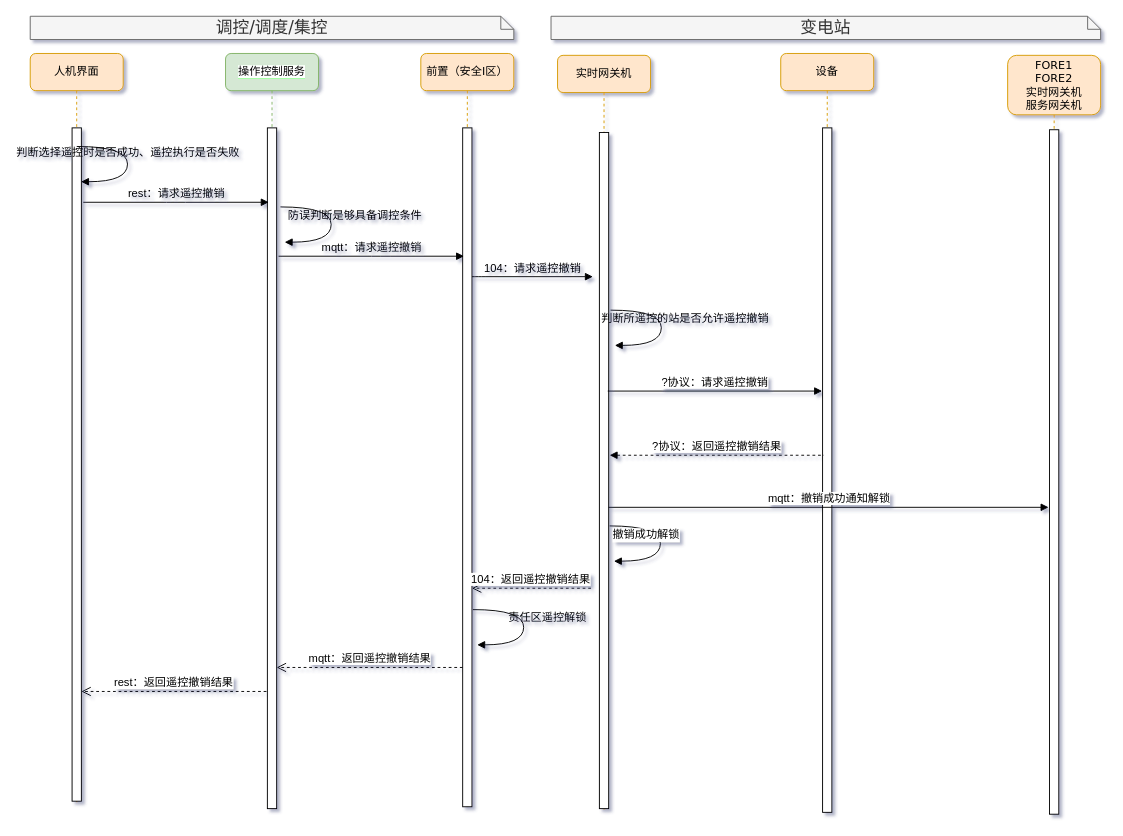
Earlier version of the draw.io diagram page "集控站遥控撤销" (4 of 8) of 操作与控制.drawio (qwe995272801/taowenxiang). Source tidied: cells renumbered, new cells numbered last; positions are measured from the earlier drawing's top-left corner, leaving out a move shared by most shapes. Both pictures are drawn from the tidied source at 93%, with x=0, y=0 at pixel (30, 16).
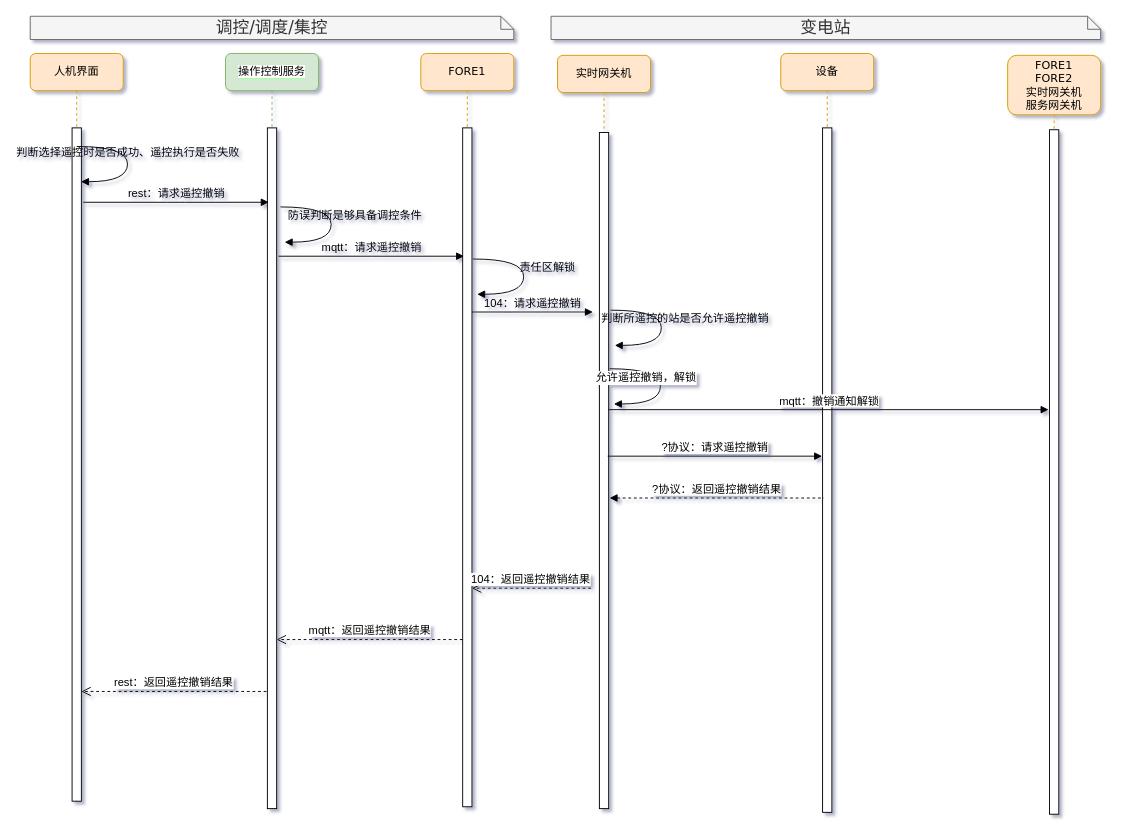
The same diagram, later.

Unchanged cells that the change refers to:
```xml
<mxCell id="2" value="&lt;span style=&quot;background-color: rgb(255 , 255 , 255)&quot;&gt;操作控制服务&lt;/span&gt;" style="shape=umlLifeline;perimeter=lifelinePerimeter;whiteSpace=wrap;html=1;rounded=1;shadow=0;comic=0;labelBackgroundColor=#99FF99;strokeWidth=1;fontFamily=Verdana;fontSize=12;align=center;fillColor=#d5e8d4;strokeColor=#82b366;" parent="1" vertex="1">
  <mxGeometry x="210" y="40" width="100" height="812" as="geometry" />
</mxCell>
```

What changed in the source:
```diff
@@
     <mxCell id="4" value="mqtt：返回遥控撤销结果" style="html=1;verticalAlign=bottom;endArrow=open;dashed=1;endSize=8;fontFamily=Helvetica;entryX=1;entryY=0.81;entryDx=0;entryDy=0;entryPerimeter=0;fontSize=12;" parent="2" edge="1">
       <mxGeometry relative="1" as="geometry">
-        <mxPoint x="255" y="660.2" as="sourcePoint" />
-        <mxPoint x="55" y="660.2" as="targetPoint" />
+        <mxPoint x="255" y="630.2" as="sourcePoint" />
+        <mxPoint x="55" y="630.2" as="targetPoint" />
       </mxGeometry>
     </mxCell>
-    <mxCell id="5" value="前置（安全Ⅰ区）" style="shape=umlLifeline;perimeter=lifelinePerimeter;whiteSpace=wrap;html=1;rounded=1;shadow=0;comic=0;labelBackgroundColor=none;strokeWidth=1;fontFamily=Verdana;fontSize=12;align=center;fillColor=#ffe6cc;strokeColor=#d79b00;" parent="1" vertex="1">
+    <mxCell id="5" value="FORE1" style="shape=umlLifeline;perimeter=lifelinePerimeter;whiteSpace=wrap;html=1;rounded=1;shadow=0;comic=0;labelBackgroundColor=none;strokeWidth=1;fontFamily=Verdana;fontSize=12;align=center;fillColor=#ffe6cc;strokeColor=#d79b00;" parent="1" vertex="1">
       <mxGeometry x="420" y="40" width="100" height="810" as="geometry" />
     </mxCell>
@@
     <mxCell id="9" value="104：请求遥控撤销" style="html=1;verticalAlign=bottom;endArrow=block;labelBackgroundColor=none;fontFamily=Helvetica;fontSize=12;edgeStyle=elbowEdgeStyle;elbow=vertical;" parent="1" edge="1">
       <mxGeometry relative="1" as="geometry">
-        <mxPoint x="475" y="280" as="sourcePoint" />
-        <mxPoint x="605" y="280" as="targetPoint" />
+        <mxPoint x="475" y="318" as="sourcePoint" />
+        <mxPoint x="605" y="318" as="targetPoint" />
         <Array as="points">
-          <mxPoint x="480" y="280" />
+          <mxPoint x="480" y="318" />
         </Array>
       </mxGeometry>
     </mxCell>
@@
-    <mxCell id="17" value="责任区遥控解锁" style="html=1;verticalAlign=bottom;endArrow=block;labelBackgroundColor=none;fontFamily=Verdana;fontSize=12;elbow=vertical;edgeStyle=orthogonalEdgeStyle;curved=1;entryX=1;entryY=0.286;entryPerimeter=0;exitX=1.038;exitY=0.345;exitPerimeter=0;" parent="1" edge="1">
-      <mxGeometry x="0.02" y="25" relative="1" as="geometry">
-        <mxPoint x="476" y="638" as="sourcePoint" />
-        <mxPoint x="480.6" y="675.9" as="targetPoint" />
-        <Array as="points">
-          <mxPoint x="530.6" y="637.9" />
-          <mxPoint x="530.6" y="675.9" />
-        </Array>
-      </mxGeometry>
-    </mxCell>
@@
     <mxCell id="20" value="?协议：请求遥控撤销" style="html=1;verticalAlign=bottom;endArrow=block;fontFamily=Helvetica;fontSize=12;" parent="1" edge="1">
       <mxGeometry relative="1" as="geometry">
-        <mxPoint x="621" y="403" as="sourcePoint" />
-        <mxPoint x="851.5" y="403" as="targetPoint" />
+        <mxPoint x="621" y="473" as="sourcePoint" />
+        <mxPoint x="851.5" y="473" as="targetPoint" />
       </mxGeometry>
     </mxCell>
@@
     <mxCell id="24" style="html=1;verticalAlign=bottom;endArrow=block;labelBackgroundColor=none;fontFamily=Verdana;fontSize=12;elbow=vertical;edgeStyle=orthogonalEdgeStyle;curved=1;entryX=1;entryY=0.286;entryPerimeter=0;exitX=1.038;exitY=0.345;exitPerimeter=0;" parent="1" edge="1">
       <mxGeometry x="0.02" y="25" relative="1" as="geometry">
-        <mxPoint x="623" y="548" as="sourcePoint" />
-        <mxPoint x="627.6" y="585.9" as="targetPoint" />
+        <mxPoint x="623" y="379" as="sourcePoint" />
+        <mxPoint x="627.6" y="416.9" as="targetPoint" />
         <Array as="points">
-          <mxPoint x="677.6" y="547.9" />
-          <mxPoint x="677.6" y="585.9" />
+          <mxPoint x="677.6" y="378.9" />
+          <mxPoint x="677.6" y="416.9" />
         </Array>
       </mxGeometry>
     </mxCell>
-    <mxCell id="25" value="撤销成功解锁" style="edgeLabel;html=1;align=center;verticalAlign=middle;fontSize=12;" parent="24" vertex="1">
+    <mxCell id="25" value="允许遥控撤销，解锁" style="edgeLabel;html=1;align=center;verticalAlign=middle;fontSize=12;" parent="24" vertex="1">
       <mxGeometry x="-0.76" y="-1" relative="1" as="geometry">
         <mxPoint x="21" y="8" as="offset" />
       </mxGeometry>
     </mxCell>
     <mxCell id="26" value="&lt;div&gt;?协议：返回遥控撤销结果&lt;/div&gt;" style="html=1;verticalAlign=bottom;endArrow=none;fontFamily=Helvetica;fontSize=12;dashed=1;startArrow=block;startFill=1;endFill=0;" parent="1" edge="1">
       <mxGeometry relative="1" as="geometry">
-        <mxPoint x="623" y="472" as="sourcePoint" />
-        <mxPoint x="853.5" y="472" as="targetPoint" />
+        <mxPoint x="623" y="518" as="sourcePoint" />
+        <mxPoint x="853.5" y="518" as="targetPoint" />
       </mxGeometry>
     </mxCell>
-    <mxCell id="27" value="mqtt：撤销成功通知解锁" style="html=1;verticalAlign=bottom;endArrow=block;fontFamily=Helvetica;fontSize=12;" parent="1" edge="1">
-      <mxGeometry relative="1" as="geometry">
-        <mxPoint x="622" y="528" as="sourcePoint" />
-        <mxPoint x="1095" y="528" as="targetPoint" />
-      </mxGeometry>
-    </mxCell>
@@
+    <mxCell id="31" value="mqtt：撤销通知解锁" style="html=1;verticalAlign=bottom;endArrow=block;fontFamily=Helvetica;fontSize=12;" parent="1" edge="1">
+      <mxGeometry relative="1" as="geometry">
+        <mxPoint x="622" y="423" as="sourcePoint" />
+        <mxPoint x="1095" y="423" as="targetPoint" />
+      </mxGeometry>
+    </mxCell>
+    <mxCell id="32" value="责任区解锁" style="html=1;verticalAlign=bottom;endArrow=block;labelBackgroundColor=none;fontFamily=Verdana;fontSize=12;elbow=vertical;edgeStyle=orthogonalEdgeStyle;curved=1;entryX=1;entryY=0.286;entryPerimeter=0;exitX=1.038;exitY=0.345;exitPerimeter=0;" parent="1" edge="1">
+      <mxGeometry x="0.02" y="25" relative="1" as="geometry">
+        <mxPoint x="476" y="261" as="sourcePoint" />
+        <mxPoint x="480.6" y="298.9" as="targetPoint" />
+        <Array as="points">
+          <mxPoint x="530.6" y="260.9" />
+          <mxPoint x="530.6" y="298.9" />
+        </Array>
+      </mxGeometry>
+    </mxCell>
```
